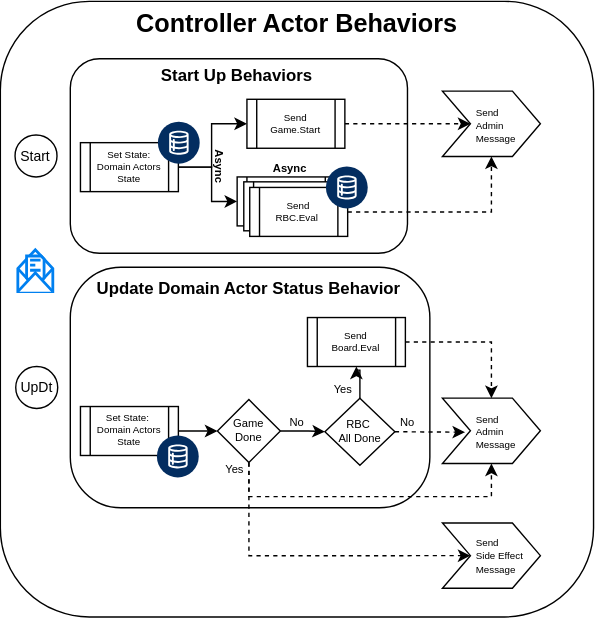
Above: docs/diagrams/ControllerActor.svg in sunlao/py_sudoku_solver (draw.io), before the change. Source tidied: cells renumbered, new cells last; positions are measured from the earlier drawing's top-left corner, leaving out a move shared by most shapes.
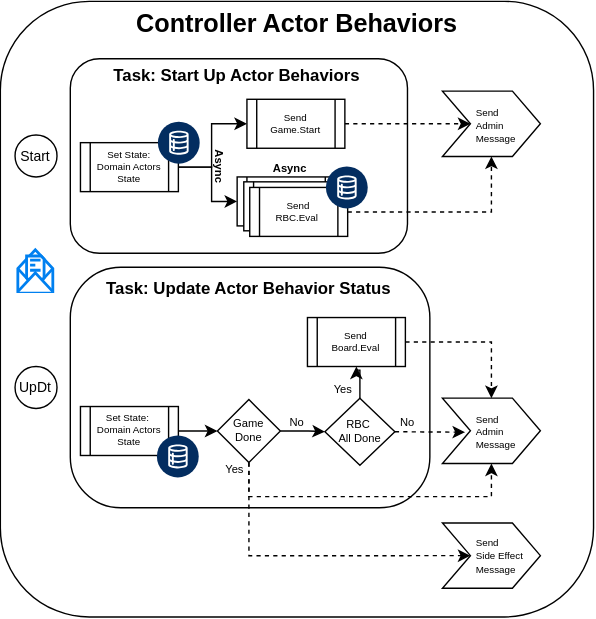
The same diagram one commit later.

The edit, as a diff of the source:
```diff
@@ -9,7 +9,7 @@
       <mxGeometry x="50" y="41" width="241" height="139" as="geometry" />
     </mxCell>
     <mxCell id="4" value="UpDt" style="ellipse;whiteSpace=wrap;html=1;fontSize=10;" parent="1" vertex="1">
-      <mxGeometry x="11" y="261" width="30" height="30" as="geometry" />
+      <mxGeometry x="10.5" y="261" width="30" height="30" as="geometry" />
     </mxCell>
     <mxCell id="5" style="edgeStyle=orthogonalEdgeStyle;rounded=0;jettySize=auto;html=1;dashed=1;entryX=0.5;entryY=1;entryDx=0;entryDy=0;" parent="1" edge="1" source="37" target="34">
       <mxGeometry relative="1" as="geometry" />
@@ -36,13 +36,13 @@
     <mxCell id="9" style="verticalLabelPosition=bottom;html=1;shape=mxgraph.salesforce.data2;fillColorStyles=fillColor2,fillColor3;fillColor2=#032d60;fillColor3=#ffffff;fillColor=none;strokeColor=none;" parent="1" vertex="1">
       <mxGeometry x="113.1" y="86.5" width="30" height="30" as="geometry" />
     </mxCell>
-    <mxCell id="10" value="Start Up Behaviors" style="text;html=1;whiteSpace=wrap;strokeColor=none;fillColor=none;align=center;verticalAlign=middle;rounded=0;fontStyle=1;" parent="1" vertex="1">
+    <mxCell id="10" value="Task: Start Up Actor Behaviors" style="text;html=1;whiteSpace=wrap;strokeColor=none;fillColor=none;align=center;verticalAlign=middle;rounded=0;fontStyle=1;" parent="1" vertex="1">
       <mxGeometry x="46.8" y="39" width="244.2" height="30" as="geometry" />
     </mxCell>
     <mxCell id="11" style="rounded=1;whiteSpace=wrap;html=1;arcSize=21;" parent="1" vertex="1">
       <mxGeometry x="50" y="190" width="257" height="172" as="geometry" />
     </mxCell>
-    <mxCell id="12" value="Update Domain Actor&amp;nbsp;&lt;span style=&quot;background-color: transparent; color: light-dark(rgb(0, 0, 0), rgb(255, 255, 255));&quot;&gt;Status Behavior&lt;/span&gt;" style="text;html=1;whiteSpace=wrap;strokeColor=none;fillColor=none;align=center;verticalAlign=middle;rounded=0;fontStyle=1;" parent="1" vertex="1">
+    <mxCell id="12" value="Task: Update Actor Behavior Status" style="text;html=1;whiteSpace=wrap;strokeColor=none;fillColor=none;align=center;verticalAlign=middle;rounded=0;fontStyle=1;" parent="1" vertex="1">
       <mxGeometry x="49" y="191" width="257" height="30" as="geometry" />
     </mxCell>
     <mxCell id="13" style="edgeStyle=orthogonalEdgeStyle;rounded=0;jettySize=auto;html=1;entryX=0.5;entryY=1;entryDx=0;entryDy=0;" parent="1" edge="1" source="14" target="21">
```
